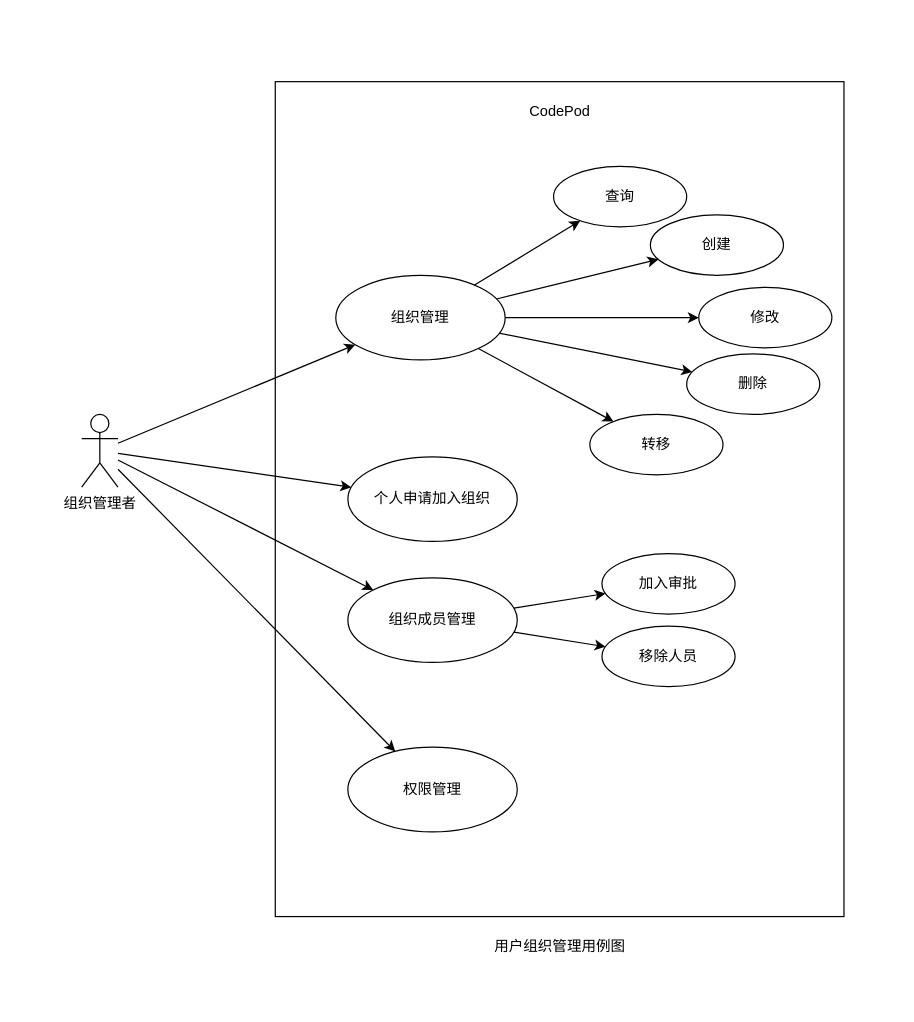
Above: page "用户组织管理" (6 of 8) of business/_design/business_case.drawio in codepodspace/docs (draw.io), before the change. Source tidied: cells renumbered, new cells numbered last; positions are measured from the earlier drawing's top-left corner, leaving out a move shared by most shapes. Both pictures are drawn from the tidied source at 121%, with x=0, y=0 at pixel (81, 81).
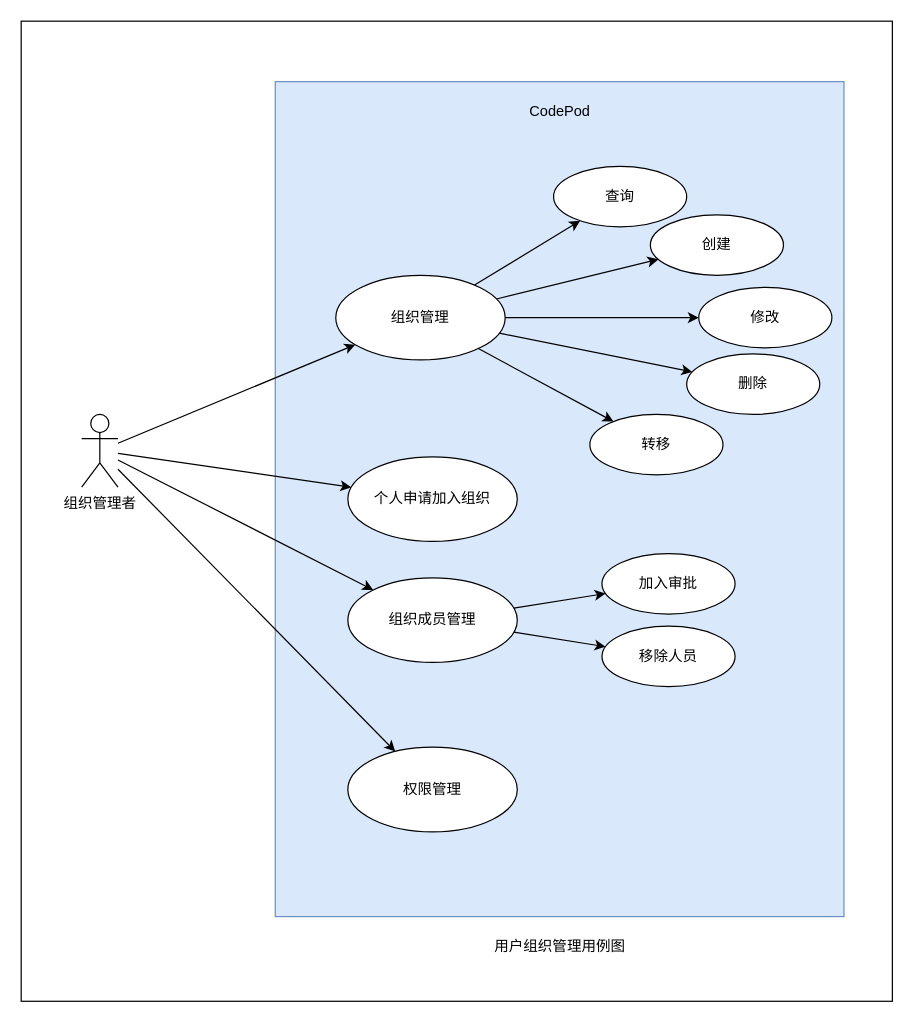
Above is the later version.

What changed in the source:
```diff
@@
-<mxGraphModel>
+<mxGraphModel background="#ffffff">
@@
+    <mxCell id="28" style="rounded=0;whiteSpace=wrap;html=1;" parent="1" vertex="1">
+      <mxGeometry x="-50" y="-50" width="720" height="810" as="geometry" />
+    </mxCell>
-    <mxCell id="2" style="rounded=0;whiteSpace=wrap;html=1;" parent="1" vertex="1">
+    <mxCell id="2" style="rounded=0;whiteSpace=wrap;html=1;fillColor=#dae8fc;strokeColor=#6c8ebf;" parent="1" vertex="1">
       <mxGeometry x="160" width="470" height="690" as="geometry" />
     </mxCell>
```
